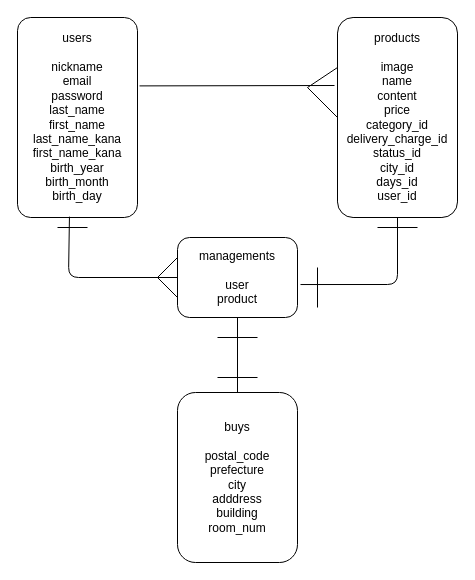
konoha1230/furima-32358 keeps this draw.io diagram as furima.drawio. Above is the earlier version. Source tidied: cells renumbered, new cells numbered last; positions are measured from the earlier drawing's top-left corner, leaving out a move shared by most shapes. Both pictures are drawn from the tidied source at 100%, with x=0, y=0 at pixel (17, 17).
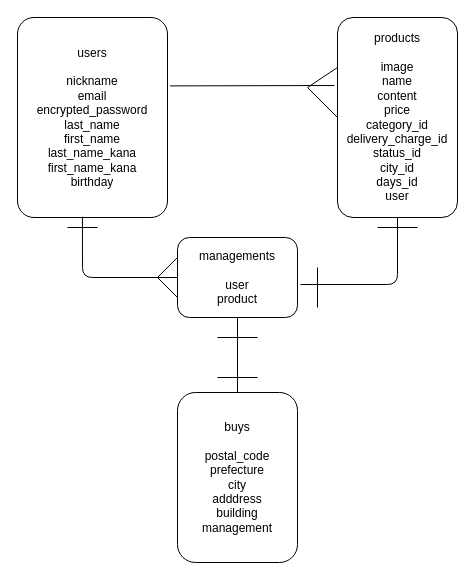
The same page after the edit.

Commit message (it also covers changes not shown here):
ER図とREADMEの3度目の修正

Unchanged cells that the change refers to:
```xml
<mxCell id="10" value="managements&lt;br&gt;&lt;br&gt;user&lt;br&gt;product" style="rounded=1;whiteSpace=wrap;html=1;align=center;" parent="1" vertex="1">
  <mxGeometry x="160" y="220" width="120" height="80" as="geometry" />
</mxCell>
```

What changed in the source:
```diff
@@
-    <mxCell id="2" value="users&lt;br&gt;&lt;br&gt;nickname&lt;br&gt;email&lt;br&gt;password&lt;br&gt;last_name&lt;br&gt;first_name&lt;br&gt;last_name_kana&lt;br&gt;first_name_kana&lt;br&gt;birth_year&lt;br&gt;birth_month&lt;br&gt;birth_day" style="rounded=1;whiteSpace=wrap;html=1;arcSize=11;" parent="1" vertex="1">
-      <mxGeometry width="120" height="200" as="geometry" />
+    <mxCell id="2" value="users&lt;br&gt;&lt;br&gt;nickname&lt;br&gt;email&lt;br&gt;encrypted_password&lt;br&gt;last_name&lt;br&gt;first_name&lt;br&gt;last_name_kana&lt;br&gt;first_name_kana&lt;br&gt;birthday" style="rounded=1;whiteSpace=wrap;html=1;arcSize=11;" parent="1" vertex="1">
+      <mxGeometry width="150" height="200" as="geometry" />
     </mxCell>
-    <mxCell id="3" value="products&lt;br&gt;&lt;br&gt;image&lt;br&gt;name&lt;br&gt;content&lt;br&gt;price&lt;br&gt;category_id&lt;br&gt;delivery_charge_id&lt;br&gt;status_id&lt;br&gt;city_id&lt;br&gt;days_id&lt;br&gt;user_id&lt;br&gt;" style="rounded=1;whiteSpace=wrap;html=1;arcSize=13;align=center;" parent="1" vertex="1">
+    <mxCell id="3" value="products&lt;br&gt;&lt;br&gt;image&lt;br&gt;name&lt;br&gt;content&lt;br&gt;price&lt;br&gt;category_id&lt;br&gt;delivery_charge_id&lt;br&gt;status_id&lt;br&gt;city_id&lt;br&gt;days_id&lt;br&gt;user" style="rounded=1;whiteSpace=wrap;html=1;arcSize=13;align=center;" parent="1" vertex="1">
       <mxGeometry x="320" width="120" height="200" as="geometry" />
     </mxCell>
-    <mxCell id="4" value="buys&lt;br&gt;&lt;br&gt;postal_code&lt;br&gt;prefecture&lt;br&gt;city&lt;br&gt;adddress&lt;br&gt;building&lt;br&gt;room_num" style="rounded=1;whiteSpace=wrap;html=1;align=center;" parent="1" vertex="1">
+    <mxCell id="4" value="buys&lt;br&gt;&lt;br&gt;postal_code&lt;br&gt;prefecture&lt;br&gt;city&lt;br&gt;adddress&lt;br&gt;building&lt;br&gt;management" style="rounded=1;whiteSpace=wrap;html=1;align=center;" parent="1" vertex="1">
       <mxGeometry x="160" y="375" width="120" height="170" as="geometry" />
     </mxCell>
@@
     <mxCell id="7" style="endArrow=none;html=1;exitX=0.433;exitY=0.996;exitDx=0;exitDy=0;exitPerimeter=0;entryX=0;entryY=0.5;entryDx=0;entryDy=0;" parent="1" edge="1" source="2" target="10">
       <mxGeometry relative="1" as="geometry">
         <Array as="points">
-          <mxPoint x="51" y="260" />
+          <mxPoint x="65" y="260" />
         </Array>
       </mxGeometry>
     </mxCell>
@@
     <mxCell id="17" style="endArrow=none;html=1;" parent="1" edge="1">
       <mxGeometry relative="1" as="geometry">
-        <mxPoint x="40" y="210" as="sourcePoint" />
-        <mxPoint x="70" y="210" as="targetPoint" />
+        <mxPoint x="50" y="210" as="sourcePoint" />
+        <mxPoint x="80" y="210" as="targetPoint" />
       </mxGeometry>
     </mxCell>
```
